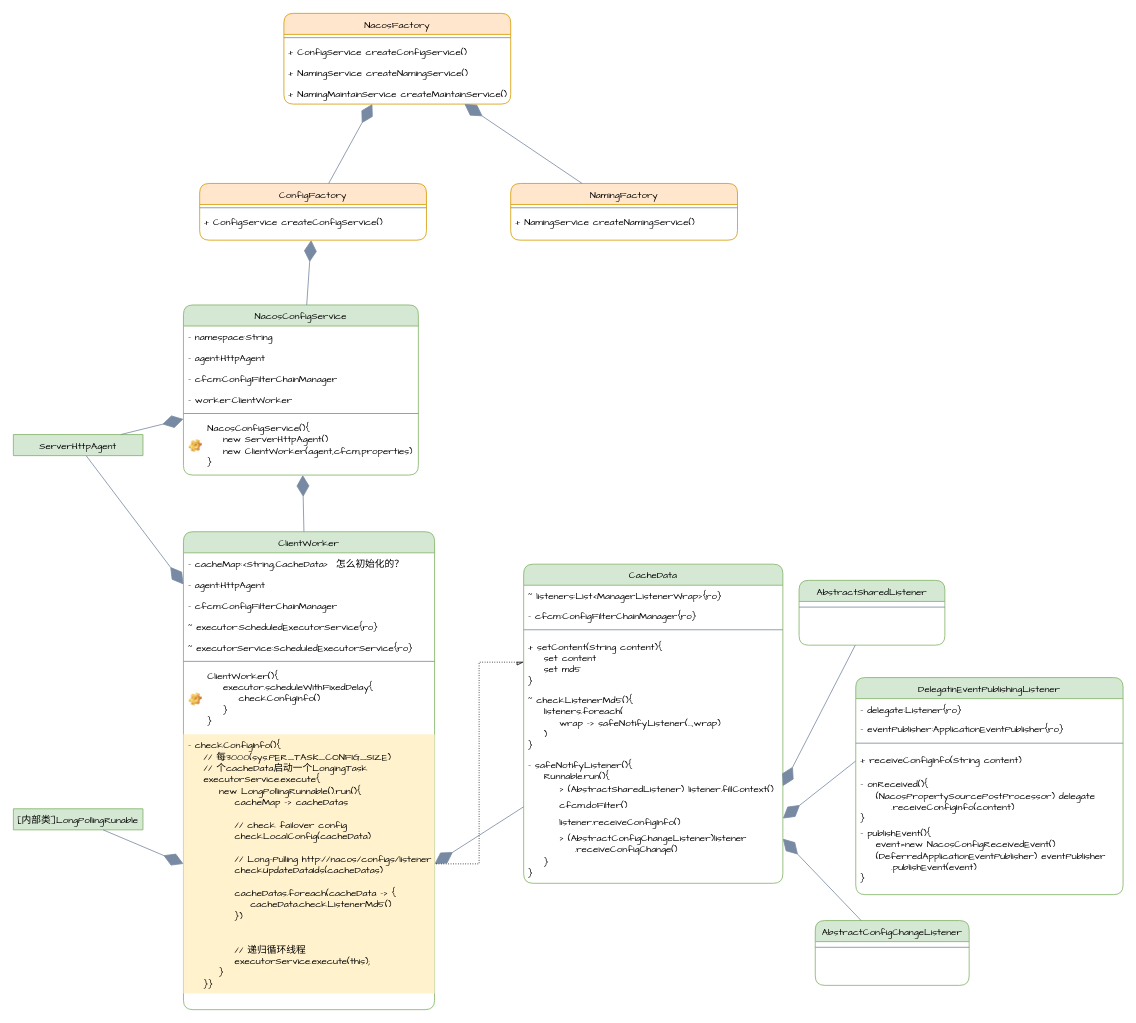
ZhengweiHou/simplegit keeps this draw.io diagram as page "Nacos类图梳理" (2 of 2) of diagrams.net/Nacos架构梳理.drawio. Above is the earlier version. Source tidied: cells renumbered, new cells numbered last; positions are measured from the earlier drawing's top-left corner, leaving out a move shared by most shapes. Both pictures are drawn from the tidied source at 81%, with x=0, y=0 at pixel (13, 13).
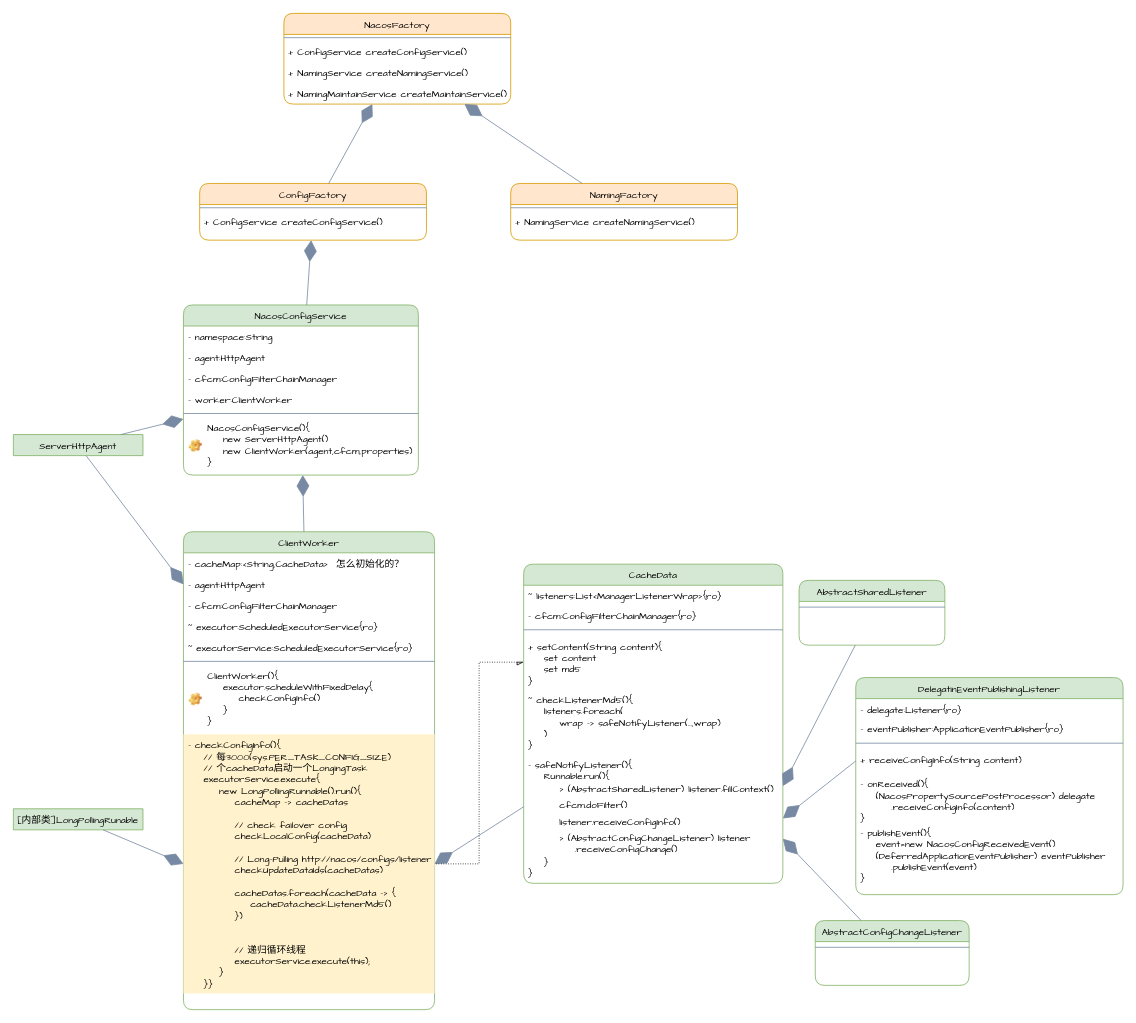
Above is the later version.

Unchanged cells that the change refers to:
```xml
<mxCell id="38" value="CacheData" style="swimlane;fontStyle=0;align=center;verticalAlign=top;horizontal=1;startSize=26;shadow=0;strokeWidth=1;fillColor=#d5e8d4;strokeColor=#82b366;fontFamily=Comic Sans MS;fontColor=#000000;rounded=1;sketch=0;" parent="1" vertex="1">
  <mxGeometry x="630" y="680" width="320" height="394" as="geometry" />
</mxCell>
```

The edit, as a diff of the source:
```diff
@@
-    <mxCell id="48" value="        &gt; (AbstractConfigChangeListener)listener&#10;            .receiveConfigChange()" style="text;strokeColor=none;fillColor=none;align=left;verticalAlign=top;spacingLeft=4;spacingRight=4;overflow=hidden;points=[[0,0.5],[1,0.5]];portConstraint=eastwest;rounded=1;sketch=0;fontFamily=Comic Sans MS;fontColor=#000000;" parent="38" vertex="1">
+    <mxCell id="48" value="        &gt; (AbstractConfigChangeListener) listener&#10;            .receiveConfigChange()" style="text;strokeColor=none;fillColor=none;align=left;verticalAlign=top;spacingLeft=4;spacingRight=4;overflow=hidden;points=[[0,0.5],[1,0.5]];portConstraint=eastwest;rounded=1;sketch=0;fontFamily=Comic Sans MS;fontColor=#000000;" parent="38" vertex="1">
       <mxGeometry y="324" width="320" height="30" as="geometry" />
     </mxCell>
```
